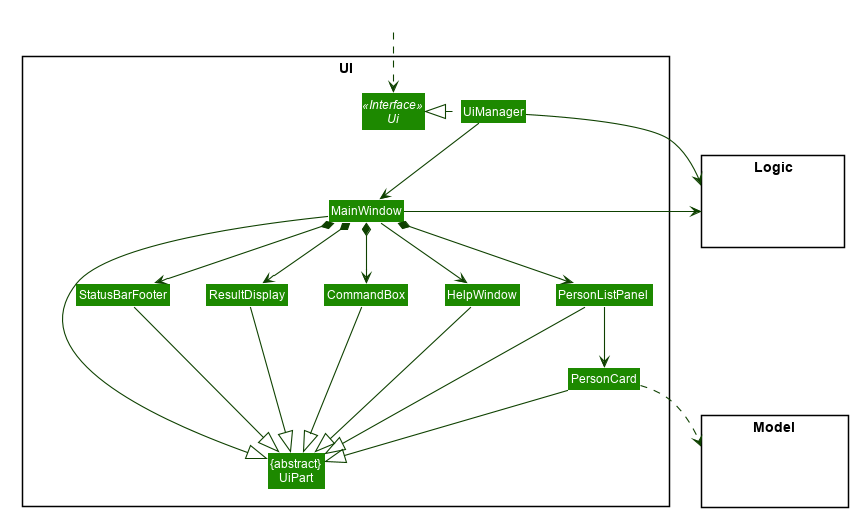
Earlier version of the PlantUML export docs/images/UiClassDiagram.png (nus-cs2103-AY2021S2/tp).
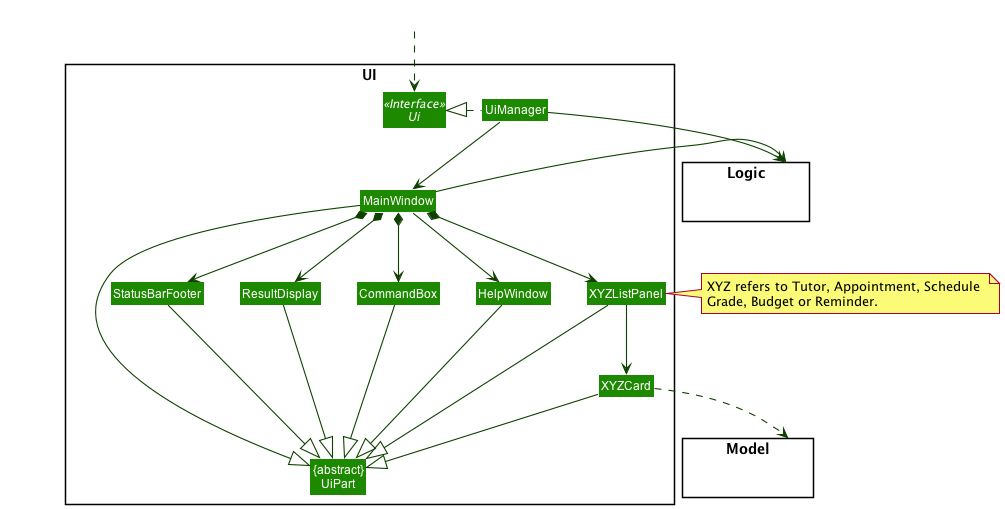
The same diagram one commit later.

The edit, as a diff of the source:
```diff
@@ -1,55 +1,8 @@
 @startuml
-
-
-
-
-
-
-
-
-skinparam BackgroundColor #FFFFFFF
-
-skinparam Shadowing false
-
-skinparam Class {
-    FontColor #FFFFFF
-    BorderThickness 1
-    BorderColor #FFFFFF
-    StereotypeFontColor #FFFFFF
-    FontName Arial
-}
-
-skinparam Actor {
-    BorderColor #000000
-    Color #000000
-    FontName Arial
-}
-
-skinparam Sequence {
-    MessageAlign center
-    BoxFontSize 15
-    BoxPadding 0
-    BoxFontColor #FFFFFF
-    FontName Arial
-}
-
-skinparam Participant {
-    FontColor #FFFFFFF
-    Padding 20
-}
-
-skinparam MinClassWidth 50
-skinparam ParticipantPadding 10
-skinparam Shadowing false
-skinparam DefaultTextAlignment center
-skinparam packageStyle Rectangle
-
-hide footbox
-hide members
-hide circle
+!include style.puml
 skinparam arrowThickness 1.1
-skinparam arrowColor #0E4100
-skinparam classBackgroundColor #1D8900
+skinparam arrowColor UI_COLOR_T4
+skinparam classBackgroundColor UI_COLOR
 
 package UI <<Rectangle>>{
 Interface Ui <<Interface>>
@@ -58,8 +11,8 @@
 Class MainWindow
 Class HelpWindow
 Class ResultDisplay
-Class PersonListPanel
-Class PersonCard
+Class XYZListPanel
+Class XYZCard
 Class StatusBarFooter
 Class CommandBox
 }
@@ -80,28 +33,31 @@
 MainWindow --> HelpWindow
 MainWindow *-down-> CommandBox
 MainWindow *-down-> ResultDisplay
-MainWindow *-down-> PersonListPanel
+MainWindow *-down-> XYZListPanel
 MainWindow *-down-> StatusBarFooter
 
-PersonListPanel -down-> PersonCard
+XYZListPanel -down-> XYZCard
 
 MainWindow -left-|> UiPart
 
 ResultDisplay --|> UiPart
 CommandBox --|> UiPart
-PersonListPanel --|> UiPart
-PersonCard --|> UiPart
+XYZListPanel --|> UiPart
+XYZCard --|> UiPart
 StatusBarFooter --|> UiPart
 HelpWindow -down-|> UiPart
 
-PersonCard ..> Model
+XYZCard ..> Model
 UiManager -right-> Logic
 MainWindow -left-> Logic
 
-PersonListPanel -[hidden]left- HelpWindow
+XYZListPanel -[hidden]left- HelpWindow
 HelpWindow -[hidden]left- CommandBox
 CommandBox -[hidden]left- ResultDisplay
 ResultDisplay -[hidden]left- StatusBarFooter
 
 MainWindow -[hidden]-|> UiPart
+
+note right of XYZListPanel : XYZ refers to Tutor, Appointment, Schedule \nGrade, Budget or Reminder.
+
 @enduml
```
